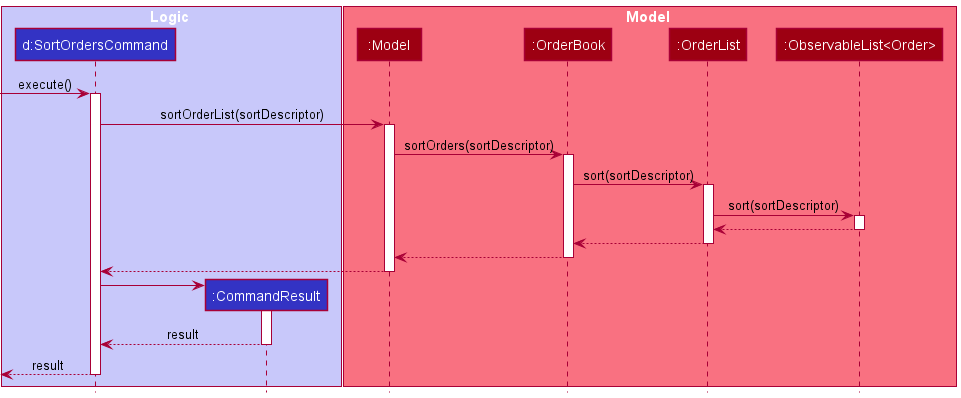
Earlier version of the PlantUML export docs/images/SortOrdersModelSequenceDiagram.png (nus-cs2103-AY2122S1/tp).
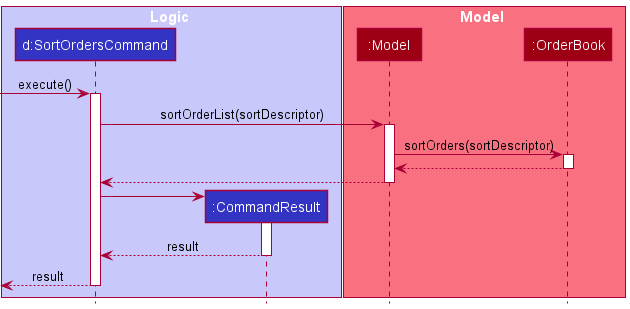
Later version of the same file.

Commit message:
Remove lower level details from SortOrdersModelSequenceDiagram

Change to the diagram source:
```diff
@@ -10,9 +10,6 @@
 box Model MODEL_COLOR_T1
 participant ":Model" as Model MODEL_COLOR
 participant ":OrderBook" as OrderBook MODEL_COLOR
-participant ":OrderList" as OrderList MODEL_COLOR
-participant ":OrderList" as OrderList MODEL_COLOR
-participant ":ObservableList<Order>" as ObservableList MODEL_COLOR
 end box
 
 
@@ -24,23 +21,6 @@
 
 Model -> OrderBook : sortOrders(sortDescriptor)
 activate OrderBook
-
-OrderBook -> OrderList : sort(sortDescriptor)
-
-activate OrderList
-
-OrderList -> ObservableList : sort(sortDescriptor)
-
-activate ObservableList
-
-ObservableList --> OrderList
-
-deactivate ObservableList
-
-OrderList --> OrderBook
-
-deactivate OrderList
-
 
 OrderBook --> Model
 
```
